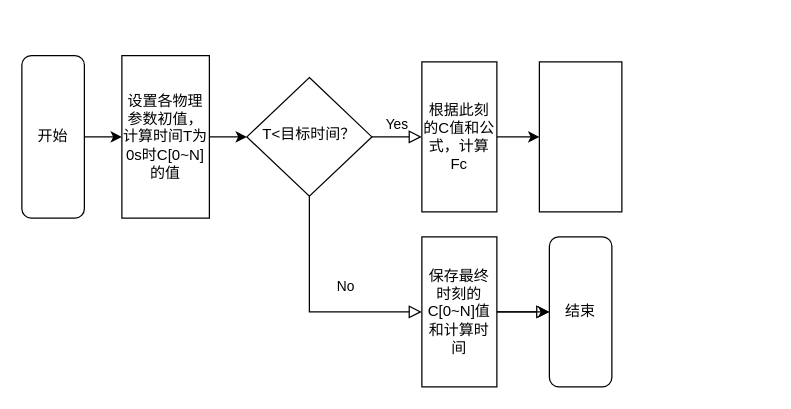
Before: Untitled Diagram.drawio in HimenoTowa/mpitutorial, a draw.io diagram. Source tidied: cells renumbered, new cells numbered last; positions are measured from the earlier drawing's top-left corner, leaving out a move shared by most shapes. Both pictures are drawn from the tidied source at 125%, with x=0, y=0 at pixel (21, 55).
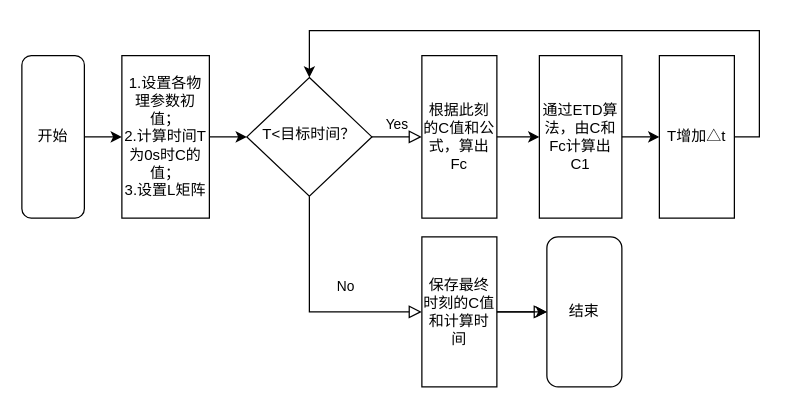
Above is the later version.

The change refers to these unchanged cells:
```xml
<mxCell id="5" value="T&amp;lt;目标时间？" style="rhombus;whiteSpace=wrap;html=1;shadow=0;fontFamily=Helvetica;fontSize=12;align=center;strokeWidth=1;spacing=6;spacingTop=-4;" parent="1" vertex="1">
  <mxGeometry x="180" y="17.5" width="100" height="95" as="geometry" />
</mxCell>
```

Change to the diagram source:
```diff
@@
     <mxCell id="6" value="结束" style="rounded=1;whiteSpace=wrap;html=1;fontSize=12;glass=0;strokeWidth=1;shadow=0;" parent="1" vertex="1">
-      <mxGeometry x="422" y="145" width="50" height="120" as="geometry" />
+      <mxGeometry x="420" y="145" width="60" height="120" as="geometry" />
     </mxCell>
@@
-    <mxCell id="8" value="设置各物理参数初值，计算时间T为0s时C[0~N]的值" style="rounded=0;whiteSpace=wrap;html=1;" parent="1" vertex="1">
+    <mxCell id="8" value="1.设置各物理参数初值；&lt;br&gt;2.计算时间T为0s时C的值；&lt;br&gt;3.设置L矩阵" style="rounded=0;whiteSpace=wrap;html=1;" parent="1" vertex="1">
       <mxGeometry x="80" width="70" height="130" as="geometry" />
     </mxCell>
@@
-    <mxCell id="10" value="根据此刻的C值和公式，计算Fc" style="rounded=0;whiteSpace=wrap;html=1;" parent="1" vertex="1">
-      <mxGeometry x="320" y="5" width="60" height="120" as="geometry" />
+    <mxCell id="10" value="根据此刻的C值和公式，算出Fc" style="rounded=0;whiteSpace=wrap;html=1;" parent="1" vertex="1">
+      <mxGeometry x="320" width="60" height="130" as="geometry" />
     </mxCell>
-    <mxCell id="11" style="rounded=0;whiteSpace=wrap;html=1;" parent="1" vertex="1">
-      <mxGeometry x="414" y="5" width="66" height="120" as="geometry" />
+    <mxCell id="11" value="通过ETD算法，由C和Fc计算出C1" style="rounded=0;whiteSpace=wrap;html=1;" parent="1" vertex="1">
+      <mxGeometry x="414" width="66" height="130" as="geometry" />
     </mxCell>
@@
-    <mxCell id="13" value="保存最终时刻的C[0~N]值和计算时间" style="rounded=0;whiteSpace=wrap;html=1;" parent="1" vertex="1">
+    <mxCell id="13" value="保存最终时刻的C值和计算时间" style="rounded=0;whiteSpace=wrap;html=1;" parent="1" vertex="1">
       <mxGeometry x="320" y="145" width="60" height="120" as="geometry" />
     </mxCell>
@@
+    <mxCell id="16" value="T增加△t" style="rounded=0;whiteSpace=wrap;html=1;" parent="1" vertex="1">
+      <mxGeometry x="510" width="60" height="130" as="geometry" />
+    </mxCell>
+    <mxCell id="17" style="edgeStyle=orthogonalEdgeStyle;rounded=0;jettySize=auto;html=1;entryX=0;entryY=0.5;entryDx=0;entryDy=0;exitX=1;exitY=0.5;exitDx=0;exitDy=0;" parent="1" edge="1" source="11" target="16">
+      <mxGeometry relative="1" as="geometry" />
+    </mxCell>
+    <mxCell id="18" style="edgeStyle=orthogonalEdgeStyle;rounded=0;jettySize=auto;html=1;entryX=0.5;entryY=0;entryDx=0;entryDy=0;exitX=1;exitY=0.5;exitDx=0;exitDy=0;" parent="1" edge="1" source="16" target="5">
+      <mxGeometry relative="1" as="geometry">
+        <Array as="points">
+          <mxPoint x="590" y="65" />
+          <mxPoint x="590" y="-20" />
+          <mxPoint x="230" y="-20" />
+        </Array>
+      </mxGeometry>
+    </mxCell>
```
